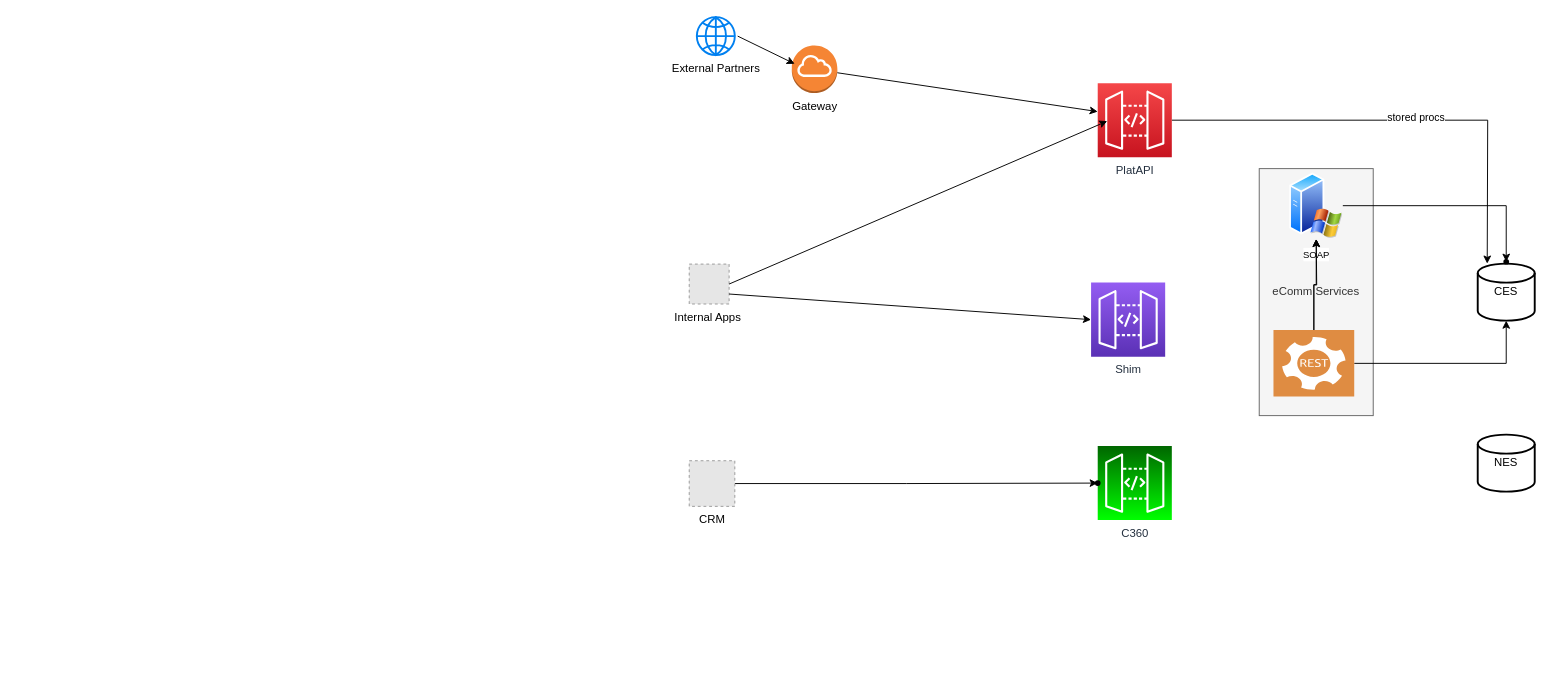
Above: Untitled Diagram.drawio in nbhattarai-godaddy/diagrams (draw.io), before the change. Source tidied: cells renumbered, new cells numbered last; positions are measured from the earlier drawing's top-left corner, leaving out a move shared by most shapes. Both pictures are drawn from the tidied source at 95%, with x=0, y=0 at pixel (689, 16). Pictures stored in the file or linked from it are replaced by grey dashed boxes.
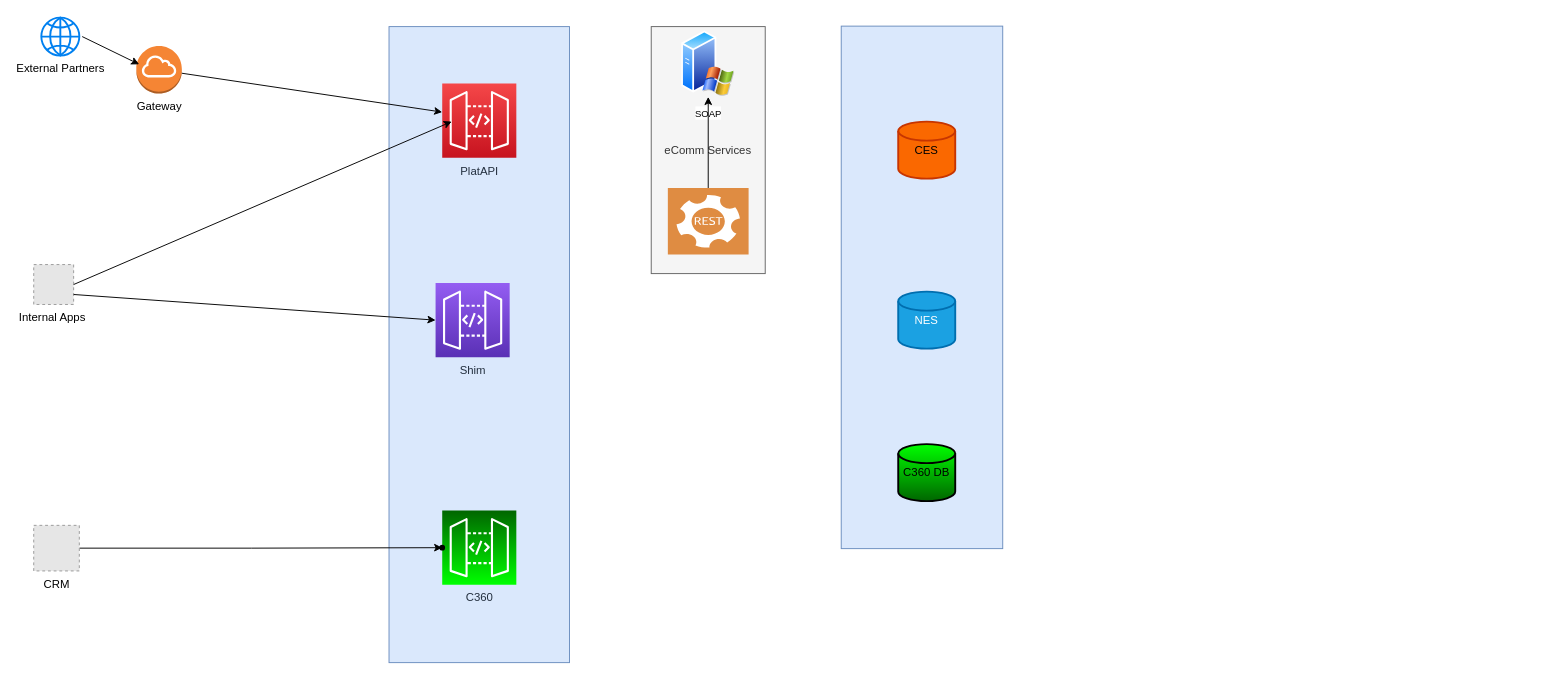
Above is the later version.

Diff of the diagram source:
```diff
@@
+    <mxCell id="29" style="rounded=0;whiteSpace=wrap;html=1;fillColor=#dae8fc;strokeColor=#6c8ebf;" parent="1" vertex="1">
+      <mxGeometry x="160" y="10" width="170" height="550" as="geometry" />
+    </mxCell>
+    <mxCell id="30" style="rounded=0;whiteSpace=wrap;html=1;fillColor=#dae8fc;strokeColor=#6c8ebf;" parent="1" vertex="1">
+      <mxGeometry x="-316" y="10.5" width="190" height="669.5" as="geometry" />
+    </mxCell>
     <mxCell id="2" value="External Partners" style="html=1;verticalLabelPosition=bottom;align=center;labelBackgroundColor=#ffffff;verticalAlign=top;strokeWidth=2;strokeColor=#0080F0;shadow=0;dashed=0;shape=mxgraph.ios7.icons.globe;" parent="1" vertex="1">
-      <mxGeometry x="8" y="0.5" width="40" height="40" as="geometry" />
+      <mxGeometry x="-682" y="1" width="40" height="40" as="geometry" />
     </mxCell>
     <mxCell id="3" value="Internal Apps&amp;nbsp;" style="fillColor=#E6E6E6;strokeColor=#999999;dashed=1;html=1;verticalAlign=top;verticalLabelPosition=bottom;labelBackgroundColor=#ffffff;" parent="1" vertex="1">
-      <mxGeometry y="260.5" width="42" height="42" as="geometry" />
+      <mxGeometry x="-690" y="261" width="42" height="42" as="geometry" />
     </mxCell>
     <mxCell id="4" value="Gateway" style="outlineConnect=0;dashed=0;verticalLabelPosition=bottom;verticalAlign=top;align=center;html=1;shape=mxgraph.aws3.internet_gateway;fillColor=#F58534;gradientColor=none;" parent="1" vertex="1">
-      <mxGeometry x="108" y="30.5" width="47.9" height="50" as="geometry" />
+      <mxGeometry x="-582" y="31" width="47.9" height="50" as="geometry" />
     </mxCell>
     <mxCell id="5" style="endArrow=classic;html=1;" parent="1" edge="1">
       <mxGeometry relative="1" as="geometry">
-        <mxPoint x="51" y="20.5" as="sourcePoint" />
-        <mxPoint x="111" y="49.7" as="targetPoint" />
+        <mxPoint x="-639" y="21" as="sourcePoint" />
+        <mxPoint x="-579" y="50.2" as="targetPoint" />
       </mxGeometry>
     </mxCell>
-    <mxCell id="6" style="edgeStyle=orthogonalEdgeStyle;rounded=0;jettySize=auto;html=1;" parent="1" edge="1" source="8">
-      <mxGeometry relative="1" as="geometry">
-        <mxPoint x="840" y="260" as="targetPoint" />
-      </mxGeometry>
-    </mxCell>
-    <mxCell id="7" value="stored procs" style="edgeLabel;html=1;align=center;verticalAlign=middle;" parent="6" vertex="1">
-      <mxGeometry x="0.06" y="4" relative="1" as="geometry" />
-    </mxCell>
     <mxCell id="8" value="PlatAPI" style="points=[[0,0,0],[0.25,0,0],[0.5,0,0],[0.75,0,0],[1,0,0],[0,1,0],[0.25,1,0],[0.5,1,0],[0.75,1,0],[1,1,0],[0,0.25,0],[0,0.5,0],[0,0.75,0],[1,0.25,0],[1,0.5,0],[1,0.75,0]];outlineConnect=0;fontColor=#232F3E;gradientColor=#F54749;gradientDirection=north;fillColor=#C7131F;strokeColor=#ffffff;dashed=0;verticalLabelPosition=bottom;verticalAlign=top;align=center;html=1;fontSize=12;fontStyle=0;shape=mxgraph.aws4.resourceIcon;resIcon=mxgraph.aws4.api_gateway;" parent="1" vertex="1">
-      <mxGeometry x="430" y="70" width="78" height="78" as="geometry" />
+      <mxGeometry x="-260" y="70.5" width="78" height="78" as="geometry" />
     </mxCell>
     <mxCell id="9" value="Shim" style="points=[[0,0,0],[0.25,0,0],[0.5,0,0],[0.75,0,0],[1,0,0],[0,1,0],[0.25,1,0],[0.5,1,0],[0.75,1,0],[1,1,0],[0,0.25,0],[0,0.5,0],[0,0.75,0],[1,0.25,0],[1,0.5,0],[1,0.75,0]];outlineConnect=0;fontColor=#232F3E;gradientColor=#945DF2;gradientDirection=north;fillColor=#5A30B5;strokeColor=#ffffff;dashed=0;verticalLabelPosition=bottom;verticalAlign=top;align=center;html=1;fontSize=12;fontStyle=0;shape=mxgraph.aws4.resourceIcon;resIcon=mxgraph.aws4.api_gateway;" parent="1" vertex="1">
-      <mxGeometry x="423" y="280" width="78" height="78" as="geometry" />
+      <mxGeometry x="-267" y="280.5" width="78" height="78" as="geometry" />
     </mxCell>
     <mxCell id="10" style="endArrow=classic;html=1;" parent="1" edge="1" source="4">
       <mxGeometry relative="1" as="geometry">
-        <mxPoint x="430" y="100" as="targetPoint" />
+        <mxPoint x="-260" y="100.5" as="targetPoint" />
       </mxGeometry>
     </mxCell>
     <mxCell id="11" style="endArrow=classic;html=1;exitX=1;exitY=0.5;exitDx=0;exitDy=0;" parent="1" edge="1" source="3">
       <mxGeometry relative="1" as="geometry">
-        <mxPoint x="440" y="110" as="targetPoint" />
+        <mxPoint x="-250" y="110.5" as="targetPoint" />
       </mxGeometry>
     </mxCell>
@@
-    <mxCell id="13" value="CES" style="strokeWidth=2;html=1;shape=mxgraph.flowchart.database;whiteSpace=wrap;" parent="1" vertex="1">
-      <mxGeometry x="830" y="260" width="60" height="60" as="geometry" />
+    <mxCell id="13" value="CES" style="strokeWidth=2;html=1;shape=mxgraph.flowchart.database;whiteSpace=wrap;fillColor=#fa6800;strokeColor=#C73500;fontColor=#000000;" parent="1" vertex="1">
+      <mxGeometry x="220" y="110.5" width="60" height="60" as="geometry" />
     </mxCell>
-    <mxCell id="14" value="NES" style="strokeWidth=2;html=1;shape=mxgraph.flowchart.database;whiteSpace=wrap;" parent="1" vertex="1">
-      <mxGeometry x="830" y="440" width="60" height="60" as="geometry" />
+    <mxCell id="14" value="NES" style="strokeWidth=2;html=1;shape=mxgraph.flowchart.database;whiteSpace=wrap;fillColor=#1ba1e2;strokeColor=#006EAF;fontColor=#ffffff;" parent="1" vertex="1">
+      <mxGeometry x="220" y="289.5" width="60" height="60" as="geometry" />
     </mxCell>
@@
     <mxCell id="16" value="CRM" style="fillColor=#E6E6E6;strokeColor=#999999;dashed=1;html=1;verticalAlign=top;verticalLabelPosition=bottom;labelBackgroundColor=#ffffff;" parent="1" vertex="1">
-      <mxGeometry y="467.5" width="48" height="48" as="geometry" />
+      <mxGeometry x="-690" y="535.5" width="48" height="48" as="geometry" />
     </mxCell>
     <mxCell id="17" value="C360" style="fontColor=#232F3E;gradientDirection=north;strokeColor=#ffffff;dashed=0;verticalLabelPosition=bottom;verticalAlign=top;align=center;html=1;fontSize=12;fontStyle=0;shape=mxgraph.aws4.resourceIcon;resIcon=mxgraph.aws4.api_gateway;fillColor=#00FF00;gradientColor=#006600;" parent="1" vertex="1">
-      <mxGeometry x="430" y="452" width="78" height="78" as="geometry" />
+      <mxGeometry x="-260" y="520" width="78" height="78" as="geometry" />
     </mxCell>
+    <mxCell id="19" style="shape=waypoint;size=6;points=[];fillColor=#ffffff;perimeter=centerPerimeter;snapToPoint=1;verticalAlign=top;labelBackgroundColor=#ffffff;" parent="1" vertex="1">
+      <mxGeometry x="-280" y="539" width="40" height="40" as="geometry" />
+    </mxCell>
+    <mxCell id="22" style="edgeStyle=orthogonalEdgeStyle;rounded=0;jettySize=auto;html=1;" parent="1" edge="1" source="25">
+      <mxGeometry relative="1" as="geometry">
+        <mxPoint x="-10" y="159" as="targetPoint" />
+      </mxGeometry>
+    </mxCell>
+    <mxCell id="26" style="shape=waypoint;size=6;fillColor=#DF8C42;perimeter=centerPerimeter;shadow=0;dashed=0;verticalAlign=top;strokeColor=none;" parent="1" vertex="1">
+      <mxGeometry x="140" y="205" width="40" height="40" as="geometry" />
+    </mxCell>
+    <mxCell id="31" value="C360 DB" style="strokeWidth=2;html=1;shape=mxgraph.flowchart.database;whiteSpace=wrap;fillColor=#00FF00;gradientColor=#006600;" parent="1" vertex="1">
+      <mxGeometry x="220" y="450" width="60" height="60" as="geometry" />
+    </mxCell>
+    <mxCell id="32" style="shape=waypoint;size=6;fillColor=#00FF00;perimeter=centerPerimeter;dashed=0;fontColor=#232F3E;fontStyle=0;verticalAlign=top;strokeColor=#ffffff;gradientColor=#006600;gradientDirection=north;" parent="1" vertex="1">
+      <mxGeometry x="-115" y="617.5" width="40" height="40" as="geometry" />
+    </mxCell>
+    <mxCell id="33" style="group;" parent="1" vertex="1">
+      <mxGeometry x="-40" y="10.5" width="120" height="260" as="geometry" />
+    </mxCell>
-    <mxCell id="18" value="eComm Services" style="rounded=0;whiteSpace=wrap;html=1;fillColor=#f5f5f5;strokeColor=#666666;fontColor=#333333;" parent="1" vertex="1">
-      <mxGeometry x="600" y="160" width="120" height="260" as="geometry" />
+    <mxCell id="18" value="eComm Services" style="rounded=0;whiteSpace=wrap;html=1;fillColor=#f5f5f5;strokeColor=#666666;fontColor=#333333;" parent="33" vertex="1">
+      <mxGeometry width="120" height="260" as="geometry" />
     </mxCell>
-    <mxCell id="19" style="shape=waypoint;size=6;points=[];fillColor=#ffffff;perimeter=centerPerimeter;snapToPoint=1;verticalAlign=top;labelBackgroundColor=#ffffff;" parent="1" vertex="1">
-      <mxGeometry x="410" y="471" width="40" height="40" as="geometry" />
-    </mxCell>
-    <mxCell id="20" style="edgeStyle=orthogonalEdgeStyle;rounded=0;jettySize=auto;html=1;" parent="1" edge="1" source="21" target="27">
-      <mxGeometry relative="1" as="geometry" />
-    </mxCell>
-    <mxCell id="21" value="&lt;font size=&quot;1&quot;&gt;SOAP&lt;/font&gt;" style="perimeter=ellipsePerimeter;html=1;align=center;shadow=0;dashed=0;spacingTop=3;image;image=img/lib/active_directory/windows_server_2.svg;fillColor=#00FF00;gradientColor=#006600;" parent="1" vertex="1">
-      <mxGeometry x="632" y="164" width="56" height="70" as="geometry" />
+    <mxCell id="21" value="&lt;font size=&quot;1&quot;&gt;SOAP&lt;/font&gt;" style="perimeter=ellipsePerimeter;html=1;align=center;shadow=0;dashed=0;spacingTop=3;image;image=img/lib/active_directory/windows_server_2.svg;fillColor=#00FF00;gradientColor=#006600;" parent="33" vertex="1">
+      <mxGeometry x="32" y="4" width="56" height="70" as="geometry" />
     </mxCell>
-    <mxCell id="22" style="edgeStyle=orthogonalEdgeStyle;rounded=0;jettySize=auto;html=1;" parent="1" edge="1" source="25">
-      <mxGeometry relative="1" as="geometry">
-        <mxPoint x="660" y="234" as="targetPoint" />
-      </mxGeometry>
-    </mxCell>
-    <mxCell id="23" style="edgeStyle=orthogonalEdgeStyle;rounded=0;jettySize=auto;html=1;" parent="1" edge="1" source="25" target="21">
+    <mxCell id="23" style="edgeStyle=orthogonalEdgeStyle;rounded=0;jettySize=auto;html=1;" parent="33" edge="1" source="25" target="21">
       <mxGeometry relative="1" as="geometry" />
     </mxCell>
-    <mxCell id="24" style="edgeStyle=orthogonalEdgeStyle;rounded=0;jettySize=auto;html=1;entryX=0.5;entryY=1;entryDx=0;entryDy=0;entryPerimeter=0;" parent="1" edge="1" source="25" target="13">
-      <mxGeometry relative="1" as="geometry" />
-    </mxCell>
-    <mxCell id="25" style="shadow=0;dashed=0;html=1;strokeColor=none;fillColor=#DF8C42;labelPosition=center;verticalLabelPosition=bottom;verticalAlign=top;align=center;outlineConnect=0;shape=mxgraph.veeam2.restful_api;" parent="1" vertex="1">
-      <mxGeometry x="615" y="330" width="85" height="70" as="geometry" />
+    <mxCell id="25" style="shadow=0;dashed=0;html=1;strokeColor=none;fillColor=#DF8C42;labelPosition=center;verticalLabelPosition=bottom;verticalAlign=top;align=center;outlineConnect=0;shape=mxgraph.veeam2.restful_api;" parent="33" vertex="1">
+      <mxGeometry x="17.5" y="170" width="85" height="70" as="geometry" />
     </mxCell>
-    <mxCell id="26" style="shape=waypoint;size=6;fillColor=#DF8C42;perimeter=centerPerimeter;shadow=0;dashed=0;verticalAlign=top;strokeColor=none;" parent="1" vertex="1">
-      <mxGeometry x="810" y="280" width="40" height="40" as="geometry" />
-    </mxCell>
-    <mxCell id="27" style="shape=waypoint;size=6;points=[];fillColor=#00FF00;perimeter=centerPerimeter;snapToPoint=1;shadow=0;dashed=0;verticalAlign=top;gradientColor=#006600;labelBackgroundColor=white;spacingTop=3;" parent="1" vertex="1">
-      <mxGeometry x="840" y="238" width="40" height="40" as="geometry" />
-    </mxCell>
-    <mxCell id="28" style="shape=waypoint;size=6;fillColor=#C7131F;perimeter=centerPerimeter;dashed=0;fontColor=#232F3E;fontStyle=0;verticalAlign=top;strokeColor=#ffffff;gradientColor=#F54749;gradientDirection=north;" parent="1" vertex="1">
-      <mxGeometry x="820" y="250" width="40" height="40" as="geometry" />
-    </mxCell>
```
